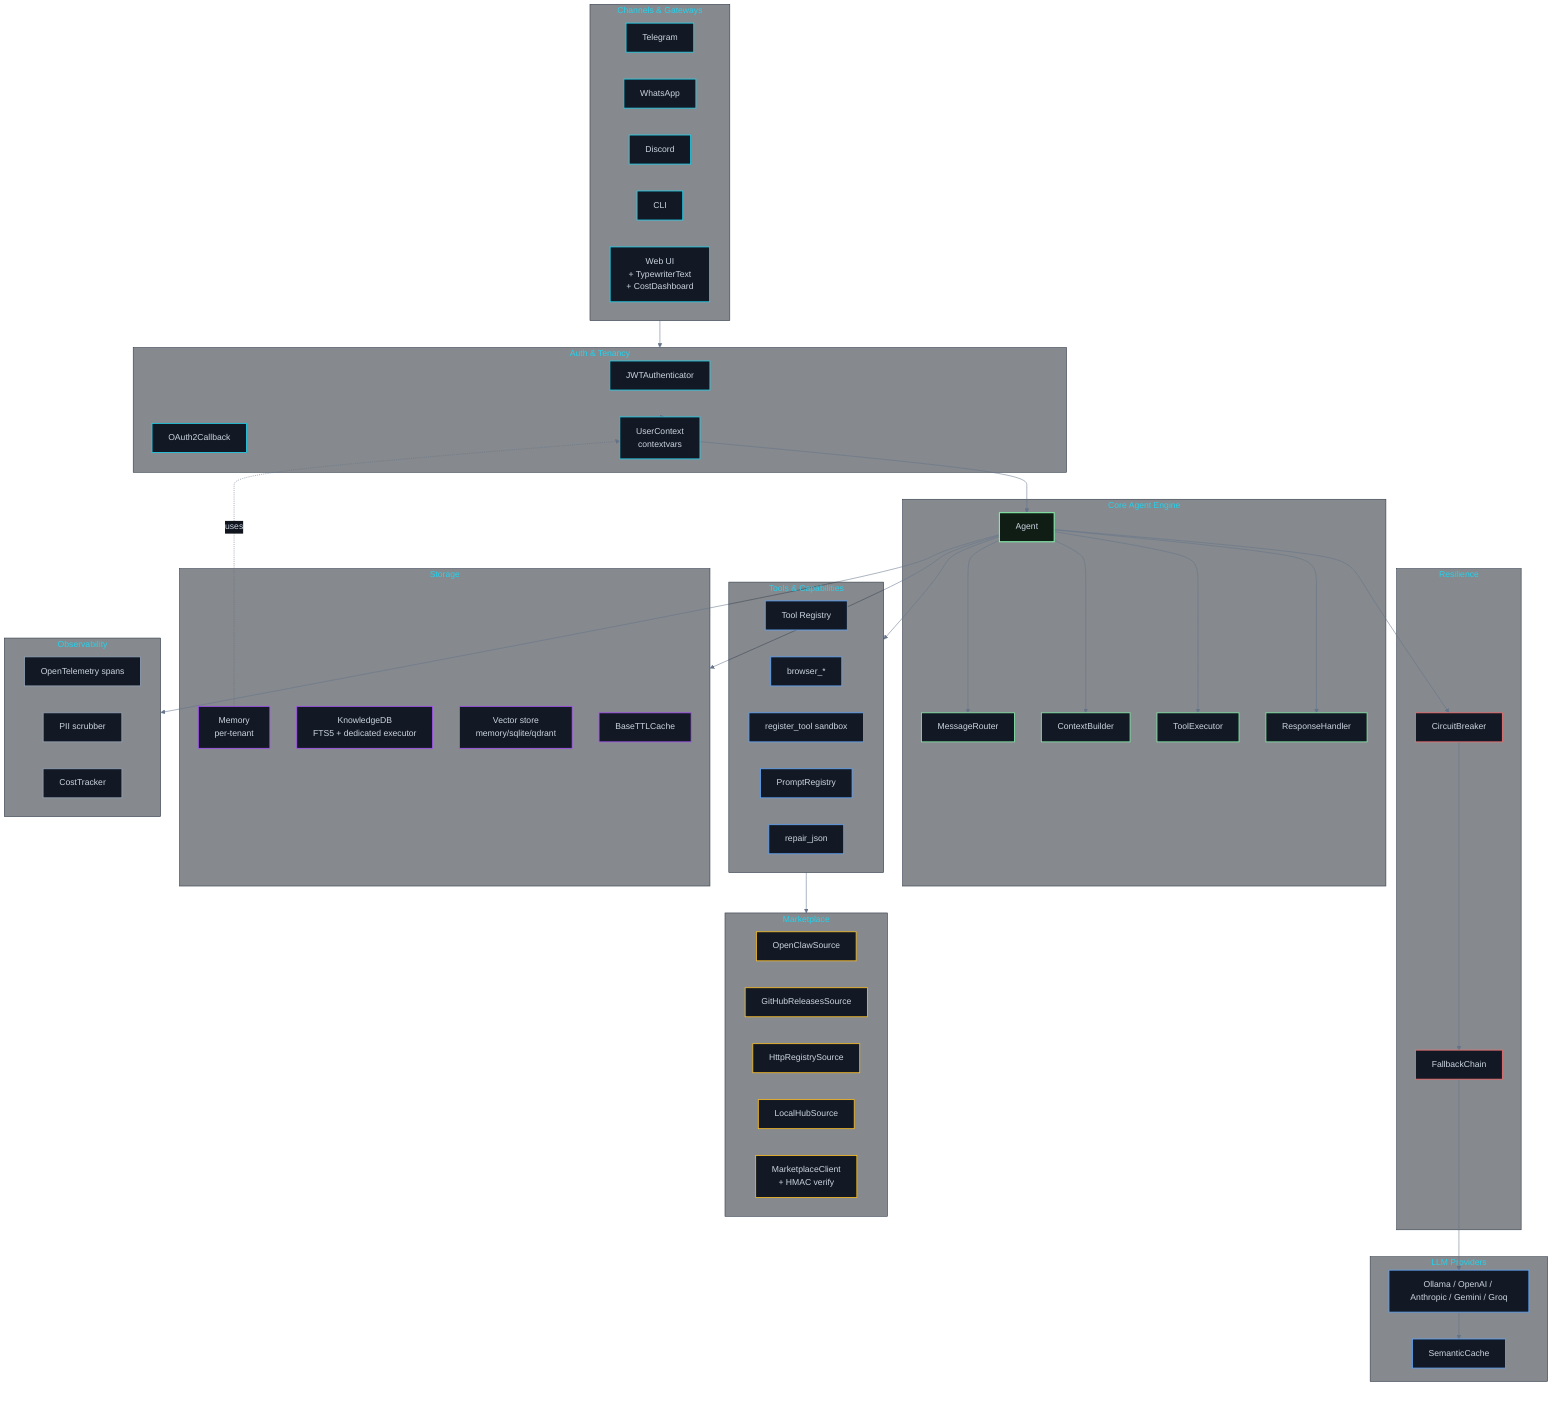
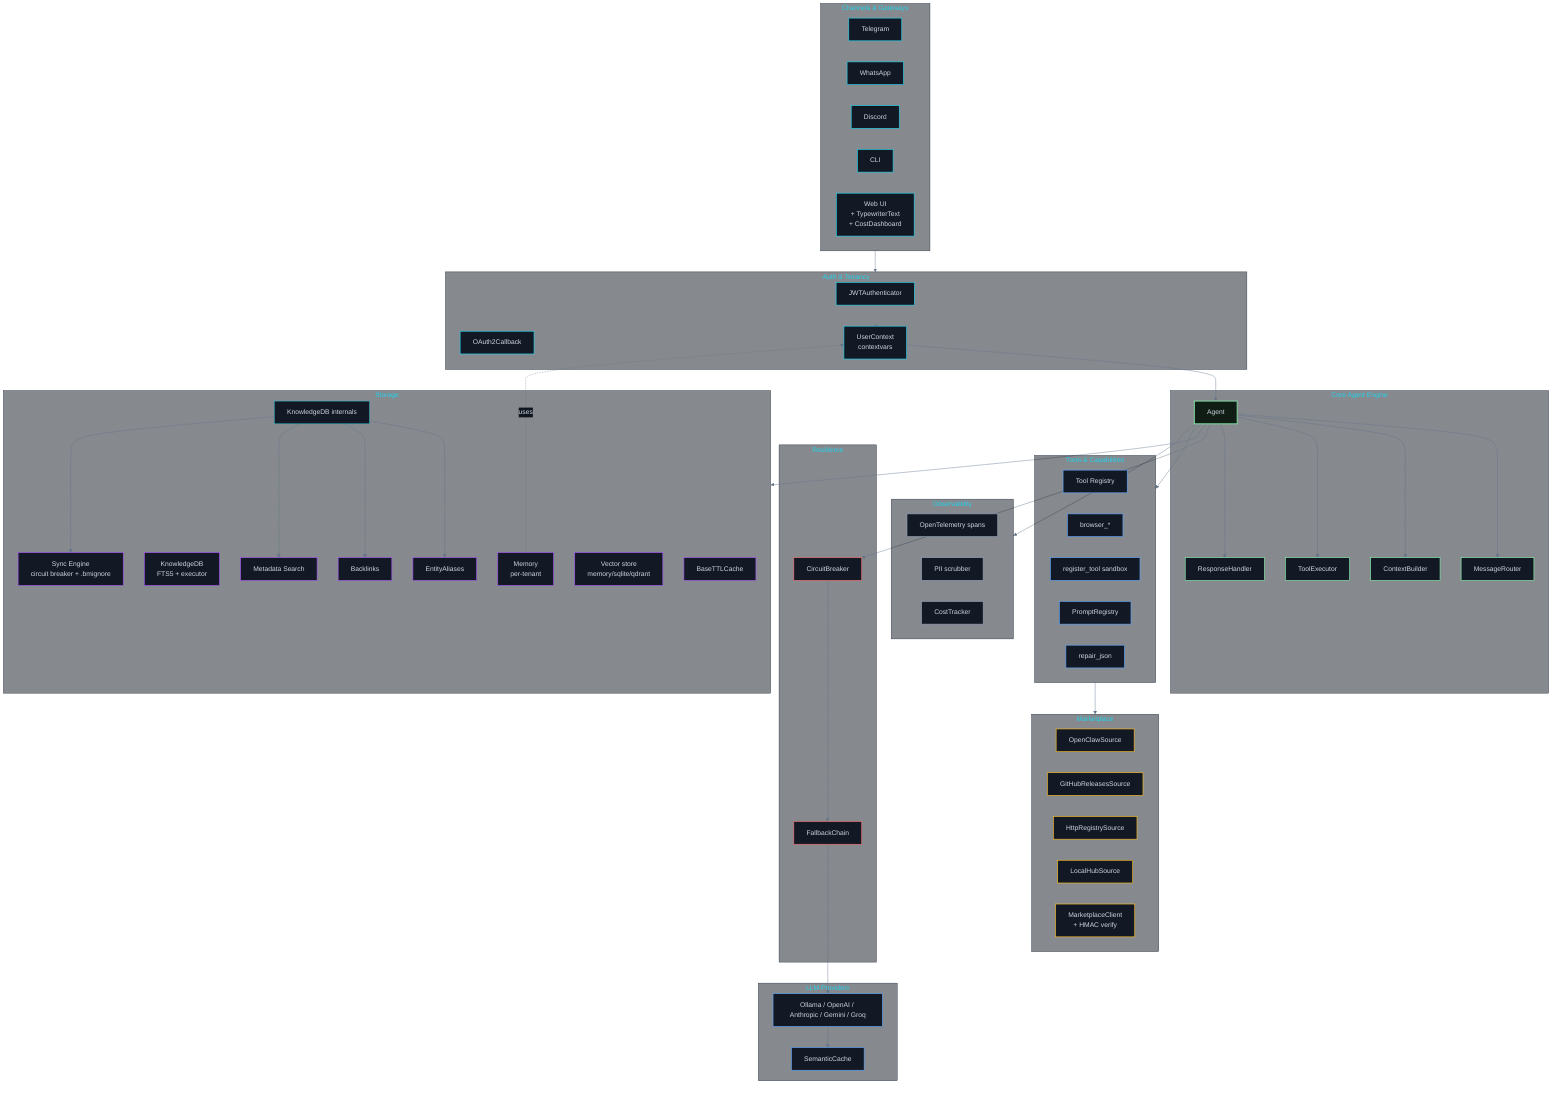
﻿%%{init: {'theme': 'base', 'themeVariables': { 'background': '#0a0e14', 'primaryColor': '#131924', 'primaryTextColor': '#cbd5e1', 'primaryBorderColor': '#22d3ee', 'lineColor': '#64748b', 'secondaryColor': '#0f141d', 'tertiaryColor': '#0a0e14', 'clusterBkg': 'rgba(15,20,29,0.5)', 'clusterBorder': '#2a3543', 'edgeLabelBackground': '#0f141d', 'nodeBorder': '#22d3ee', 'mainBkg': '#131924', 'titleColor': '#22d3ee' }}}%%
flowchart TB
    classDef gateway fill:#131924,stroke:#22d3ee,color:#cbd5e1,stroke-width:1.5px
    classDef auth fill:#131924,stroke:#22d3ee,color:#cbd5e1,stroke-width:1.5px
    classDef core fill:#131924,stroke:#86efac,color:#cbd5e1,stroke-width:1.5px
    classDef resilience fill:#131924,stroke:#f87171,color:#cbd5e1,stroke-width:1.5px
    classDef llm fill:#131924,stroke:#60a5fa,color:#cbd5e1,stroke-width:1.5px
    classDef storage fill:#131924,stroke:#a855f7,color:#cbd5e1,stroke-width:1.5px
    classDef tools fill:#131924,stroke:#60a5fa,color:#cbd5e1,stroke-width:1.5px
    classDef marketplace fill:#131924,stroke:#fbbf24,color:#cbd5e1,stroke-width:1.5px
    classDef observability fill:#131924,stroke:#94a3b8,color:#cbd5e1,stroke-width:1.5px
    classDef highlight fill:#0f1d14,stroke:#86efac,color:#cbd5e1,stroke-width:2px

    subgraph Gateways [Channels & Gateways]
        TG[Telegram]
        WA[WhatsApp]
        DC[Discord]
        CLI[CLI]
        WebUI[Web UI<br/>+ TypewriterText<br/>+ CostDashboard]
    end

    subgraph Auth [Auth & Tenancy]
        JWT[JWTAuthenticator]
        OA[OAuth2Callback]
        UC[UserContext<br/>contextvars]
    end

    subgraph Core [Core Agent Engine]
        Agent[Agent]
        Router[MessageRouter]
        Context[ContextBuilder]
        Executor[ToolExecutor]
        Response[ResponseHandler]
        Agent --> Router & Context & Executor & Response
    end

    subgraph Resilience [Resilience]
        CB[CircuitBreaker]
        FC[FallbackChain]
    end

    subgraph LLM [LLM Providers]
        Prov[Ollama / OpenAI / Anthropic / Gemini / Groq]
        SC[SemanticCache]
    end

    subgraph Storage [Storage]
        Mem[Memory<br/>per-tenant]
-         KB[KnowledgeDB<br/>FTS5 + dedicated executor]
+         KB[KnowledgeDB<br/>FTS5 + executor]
+         KB_Sub[KnowledgeDB internals]
+         KB_Sub --> Aliases[EntityAliases]
+         KB_Sub --> Backlinks[Backlinks]
+         KB_Sub --> MetaSearch[Metadata Search]
+         KB_Sub --> Sync[Sync Engine<br/>circuit breaker + .bmignore]
        Vec[Vector store<br/>memory/sqlite/qdrant]
        Cache[BaseTTLCache]
    end

    subgraph Tools [Tools & Capabilities]
        Reg[Tool Registry]
        Browser[browser_*]
        Toolbox[register_tool sandbox]
        Prompts[PromptRegistry]
        Repair[repair_json]
    end

    subgraph Mkt [Marketplace]
        OC[OpenClawSource]
        GH[GitHubReleasesSource]
        HTTP[HttpRegistrySource]
        LH[LocalHubSource]
        MC[MarketplaceClient<br/>+ HMAC verify]
    end

    subgraph Obs [Observability]
        Tr[OpenTelemetry spans]
        PII[PII scrubber]
        Cost[CostTracker]
    end

    Gateways --> Auth
    Auth --> UC
    UC --> Agent
    Agent --> CB --> FC --> Prov
    Prov --> SC
    Agent --> Storage
    Agent --> Tools
    Tools --> Mkt
    Agent --> Obs
    Mem -.uses.-> UC

    class TG,WA,DC,CLI,WebUI gateway
    class JWT,OA,UC auth
    class Agent,Router,Context,Executor,Response core
    class Agent highlight
    class CB,FC resilience
    class Prov,SC llm
    class Mem,KB,Vec,Cache storage
+     class Aliases,Backlinks,MetaSearch,Sync storage
    class Reg,Browser,Toolbox,Prompts,Repair tools
    class OC,GH,HTTP,LH,MC marketplace
    class Tr,PII,Cost observability
